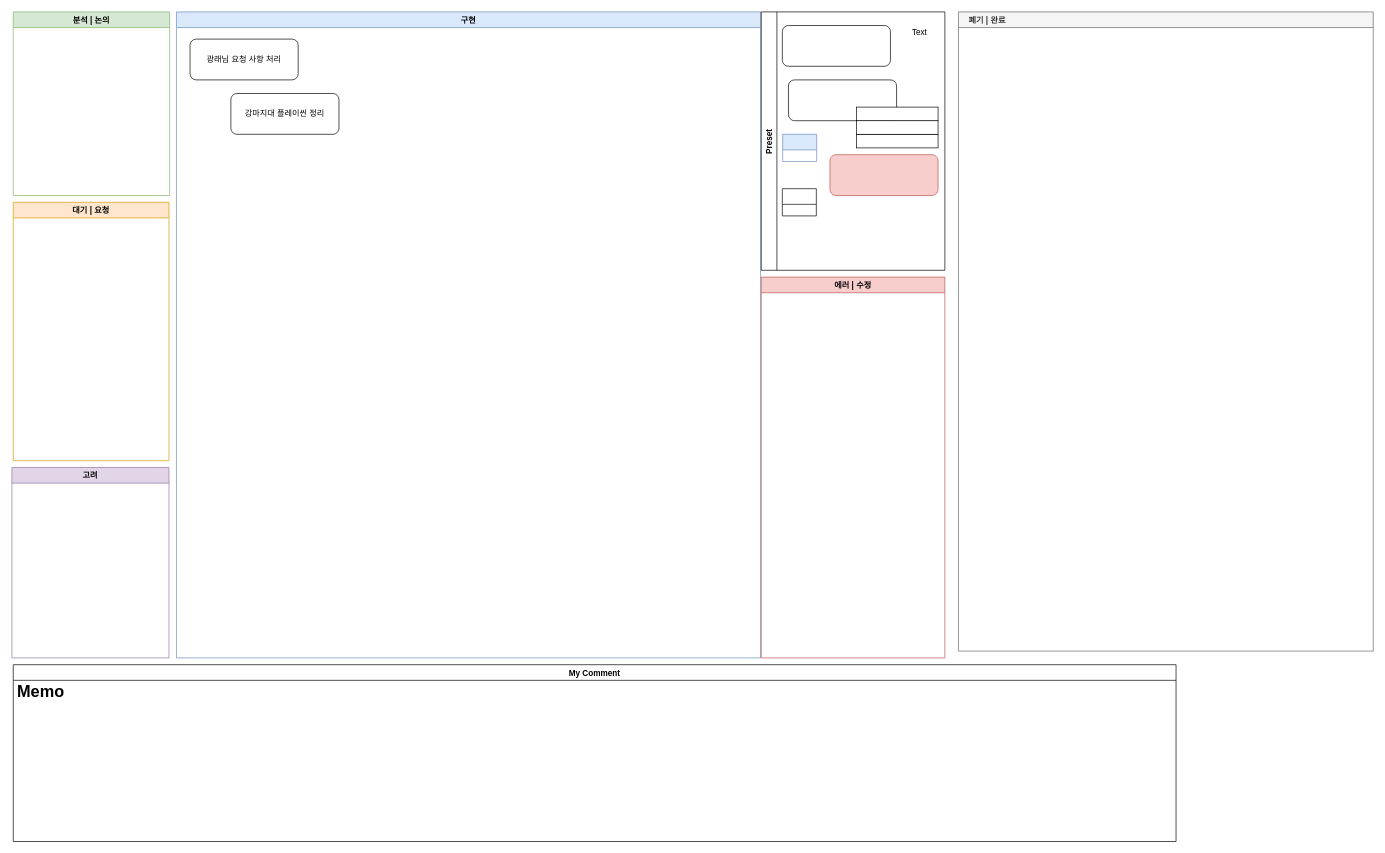
Earlier version of the draw.io diagram 로그라이트.drawio (Endorr/Job-Board). Source tidied: cells renumbered, new cells numbered last; positions are measured from the earlier drawing's top-left corner, leaving out a move shared by most shapes. Both pictures are drawn from the tidied source at 68%, with x=0, y=0 at pixel (12, 12).
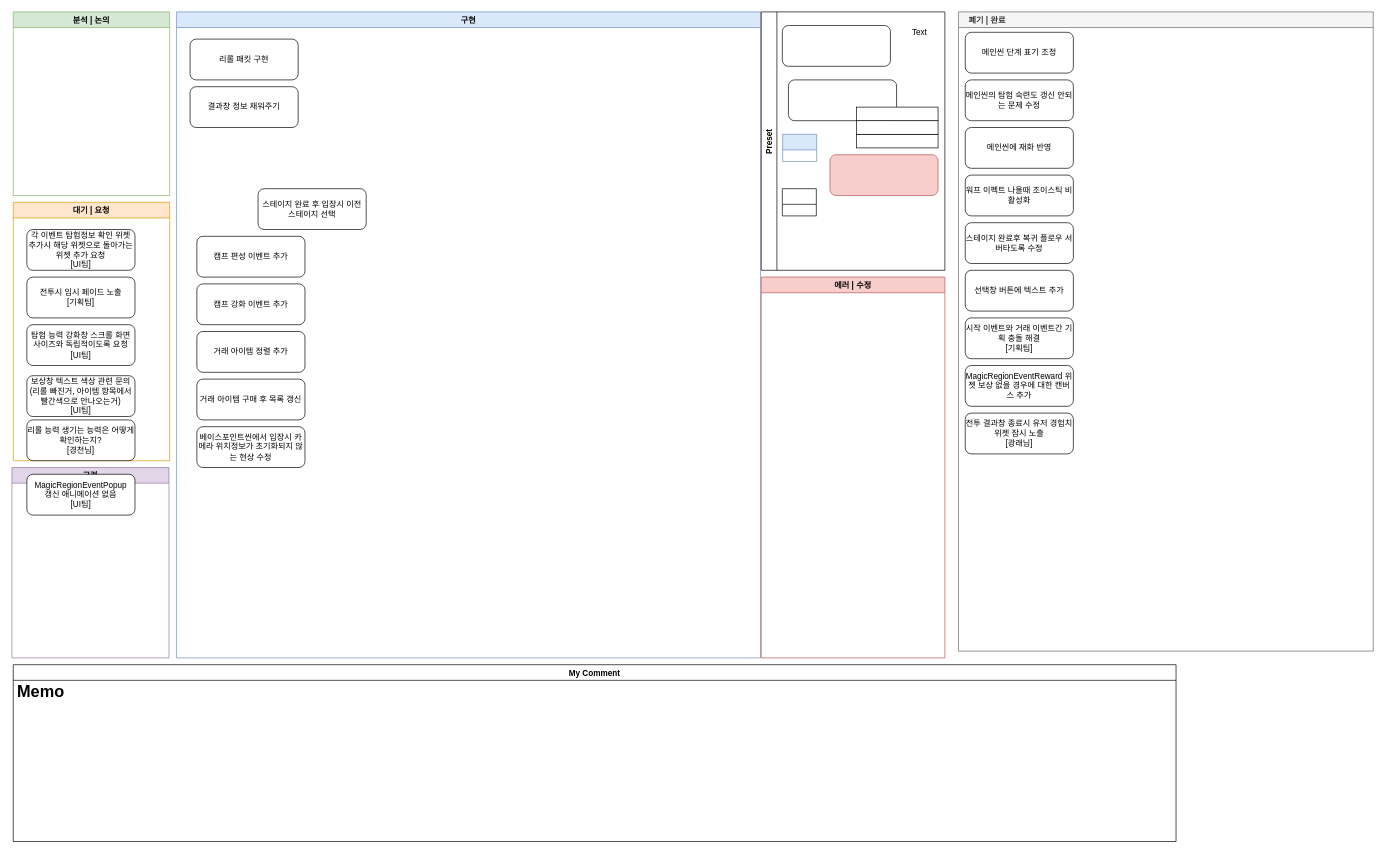
The same diagram, later.

Commit message:
로그라이트.drawio 업데이트

The change refers to these unchanged cells:
```xml
<mxCell id="2" value="구현" style="swimlane;fillColor=#dae8fc;strokeColor=#6c8ebf;" parent="1" vertex="1">
  <mxGeometry x="242" width="859" height="950" as="geometry" />
</mxCell>
<mxCell id="7" value="    폐기 | 완료" style="swimlane;strokeColor=#666666;fillColor=#f5f5f5;fontColor=#333333;align=left;" parent="1" vertex="1">
  <mxGeometry x="1392" width="610" height="940" as="geometry" />
</mxCell>
<mxCell id="10" value="고려" style="swimlane;fillColor=#e1d5e7;strokeColor=#9673a6;" parent="1" vertex="1">
  <mxGeometry y="670" width="231" height="280" as="geometry" />
</mxCell>
```

The edit, as a diff of the source:
```diff
@@
-    <mxCell id="3" value="광래님 요청 사항 처리" style="rounded=1;whiteSpace=wrap;html=1;" parent="2" vertex="1">
+    <mxCell id="3" value="리롤 패킷 구현" style="rounded=1;whiteSpace=wrap;html=1;" parent="2" vertex="1">
       <mxGeometry x="20" y="40" width="159" height="60" as="geometry" />
     </mxCell>
-    <mxCell id="4" value="강마지대 플레이씬 정리" style="rounded=1;whiteSpace=wrap;html=1;" parent="2" vertex="1">
-      <mxGeometry x="80" y="120" width="159" height="60" as="geometry" />
-    </mxCell>
+    <mxCell id="23" value="결과창 정보 채워주기" style="rounded=1;whiteSpace=wrap;html=1;" parent="2" vertex="1">
+      <mxGeometry x="20" y="110" width="159" height="60" as="geometry" />
+    </mxCell>
+    <mxCell id="24" value="캠프 편성 이벤트 추가" style="rounded=1;whiteSpace=wrap;html=1;" parent="2" vertex="1">
+      <mxGeometry x="30" y="330" width="159" height="60" as="geometry" />
+    </mxCell>
+    <mxCell id="25" value="캠프 강화 이벤트 추가" style="rounded=1;whiteSpace=wrap;html=1;" parent="2" vertex="1">
+      <mxGeometry x="30" y="400" width="159" height="60" as="geometry" />
+    </mxCell>
+    <mxCell id="26" value="거래 아이템 정렬 추가" style="rounded=1;whiteSpace=wrap;html=1;" parent="2" vertex="1">
+      <mxGeometry x="30" y="470" width="159" height="60" as="geometry" />
+    </mxCell>
+    <mxCell id="27" value="거래 아이템 구매 후 목록 갱신" style="rounded=1;whiteSpace=wrap;html=1;" parent="2" vertex="1">
+      <mxGeometry x="30" y="540" width="159" height="60" as="geometry" />
+    </mxCell>
+    <mxCell id="28" value="스테이지 완료 후 입장시 이전 스테이지 선택" style="rounded=1;whiteSpace=wrap;html=1;" parent="2" vertex="1">
+      <mxGeometry x="120" y="260" width="159" height="60" as="geometry" />
+    </mxCell>
+    <mxCell id="29" value="베이스포인트씬에서 입장시 카메라 위치정보가 초기화되지 않는 현상 수정" style="rounded=1;whiteSpace=wrap;html=1;" parent="2" vertex="1">
+      <mxGeometry x="30" y="610" width="159" height="60" as="geometry" />
+    </mxCell>
@@
     <mxCell id="6" value="대기 | 요청" style="swimlane;strokeColor=#d79b00;fillColor=#ffe6cc;" parent="1" vertex="1">
-      <mxGeometry x="2" y="280" width="229" height="380" as="geometry" />
+      <mxGeometry x="2" y="280" width="230" height="380" as="geometry" />
     </mxCell>
+    <mxCell id="30" value="전투시 임시 페이드 노출&lt;div&gt;[기획팀]&lt;/div&gt;" style="rounded=1;whiteSpace=wrap;html=1;" parent="6" vertex="1">
+      <mxGeometry x="20" y="110" width="159" height="60" as="geometry" />
+    </mxCell>
+    <mxCell id="31" value="탐험 능력 강화창 스크롤 화면 사이즈와 독립적이도록 요청&lt;div&gt;[UI팀]&lt;/div&gt;" style="rounded=1;whiteSpace=wrap;html=1;" parent="6" vertex="1">
+      <mxGeometry x="20" y="180" width="159" height="60" as="geometry" />
+    </mxCell>
+    <mxCell id="32" value="보상창 텍스트 색상 관련 문의(리롤 빠진거, 아이템 항목에서 빨간색으로 안나오는거)&lt;div&gt;[UI팀]&lt;/div&gt;" style="rounded=1;whiteSpace=wrap;html=1;" parent="6" vertex="1">
+      <mxGeometry x="20" y="255" width="159" height="60" as="geometry" />
+    </mxCell>
+    <mxCell id="33" value="리롤 능력 생기는 능력은 어떻게 확인하는지?&lt;div&gt;[경천님]&lt;/div&gt;" style="rounded=1;whiteSpace=wrap;html=1;" parent="6" vertex="1">
+      <mxGeometry x="20" y="320" width="159" height="60" as="geometry" />
+    </mxCell>
+    <mxCell id="34" value="각 이벤트 탐험정보 확인 위젯 추가시 해당 위젯으로 돌아가는 위젯 추가 요청&lt;br&gt;&lt;div&gt;[UI팀]&lt;/div&gt;" style="rounded=1;whiteSpace=wrap;html=1;" parent="6" vertex="1">
+      <mxGeometry x="20" y="40" width="159" height="60" as="geometry" />
+    </mxCell>
@@
+    <mxCell id="4" value="메인씬 단계 표기 조정" style="rounded=1;whiteSpace=wrap;html=1;" parent="7" vertex="1">
+      <mxGeometry x="10" y="30" width="159" height="60" as="geometry" />
+    </mxCell>
+    <mxCell id="35" value="메인씬의 탐험 숙련도 갱신 안되는 문제 수정" style="rounded=1;whiteSpace=wrap;html=1;" parent="7" vertex="1">
+      <mxGeometry x="10" y="100" width="159" height="60" as="geometry" />
+    </mxCell>
+    <mxCell id="36" value="메인씬에 재화 반영" style="rounded=1;whiteSpace=wrap;html=1;" parent="7" vertex="1">
+      <mxGeometry x="10" y="170" width="159" height="60" as="geometry" />
+    </mxCell>
+    <mxCell id="37" value="워프 이펙트 나올때 조이스틱 비활성화" style="rounded=1;whiteSpace=wrap;html=1;" parent="7" vertex="1">
+      <mxGeometry x="10" y="240" width="159" height="60" as="geometry" />
+    </mxCell>
+    <mxCell id="38" value="스테이지 완료후 복귀 플로우 서버타도록 수정" style="rounded=1;whiteSpace=wrap;html=1;" parent="7" vertex="1">
+      <mxGeometry x="10" y="310" width="159" height="60" as="geometry" />
+    </mxCell>
+    <mxCell id="39" value="선택창 버튼에 텍스트 추가" style="rounded=1;whiteSpace=wrap;html=1;" parent="7" vertex="1">
+      <mxGeometry x="10" y="380" width="159" height="60" as="geometry" />
+    </mxCell>
+    <mxCell id="40" value="시작 이벤트와 거래 이벤트간 기획 충돌 해결&lt;br&gt;[기획팀]" style="rounded=1;whiteSpace=wrap;html=1;" parent="7" vertex="1">
+      <mxGeometry x="10" y="450" width="159" height="60" as="geometry" />
+    </mxCell>
+    <mxCell id="41" value="MagicRegionEventReward 위젯 보상 없을 경우에 대한 캔버스 추가" style="rounded=1;whiteSpace=wrap;html=1;" parent="7" vertex="1">
+      <mxGeometry x="10" y="520" width="159" height="60" as="geometry" />
+    </mxCell>
+    <mxCell id="42" value="전투 결과창 종료시 유저 경험치 위젯 잠시 노출&lt;br&gt;[광래님]" style="rounded=1;whiteSpace=wrap;html=1;" parent="7" vertex="1">
+      <mxGeometry x="10" y="590" width="159" height="60" as="geometry" />
+    </mxCell>
@@
+    <mxCell id="43" value="MagicRegionEventPopup&lt;br&gt;갱신 애니메이션 없음&lt;div&gt;[UI팀]&lt;/div&gt;" style="rounded=1;whiteSpace=wrap;html=1;" parent="10" vertex="1">
+      <mxGeometry x="22" y="10" width="159" height="60" as="geometry" />
+    </mxCell>
```
